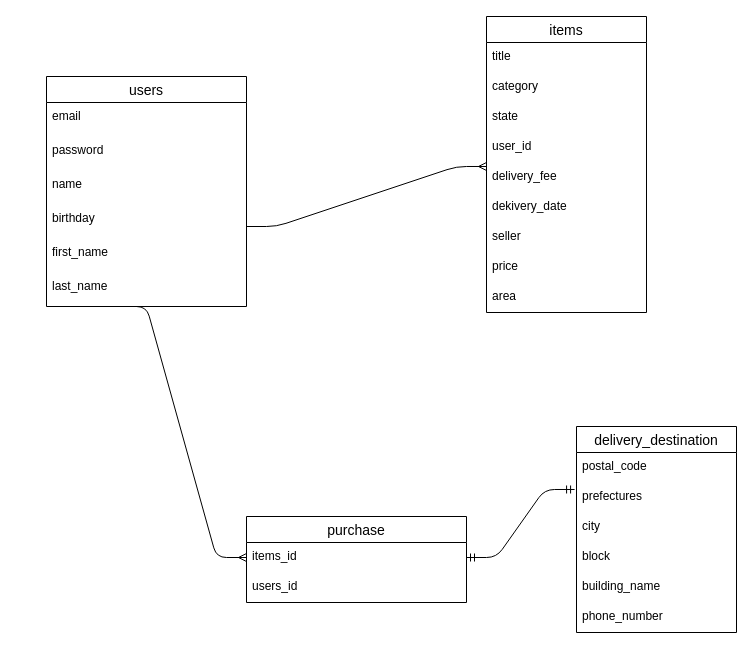
The draw.io diagram ER.dio in takayamaryoutarou/furima-32556, before the edit. Source tidied: cells renumbered, new cells numbered last; positions are measured from the earlier drawing's top-left corner, leaving out a move shared by most shapes. Both pictures are drawn from the tidied source at 100%, with x=0, y=0 at pixel (46, 16).
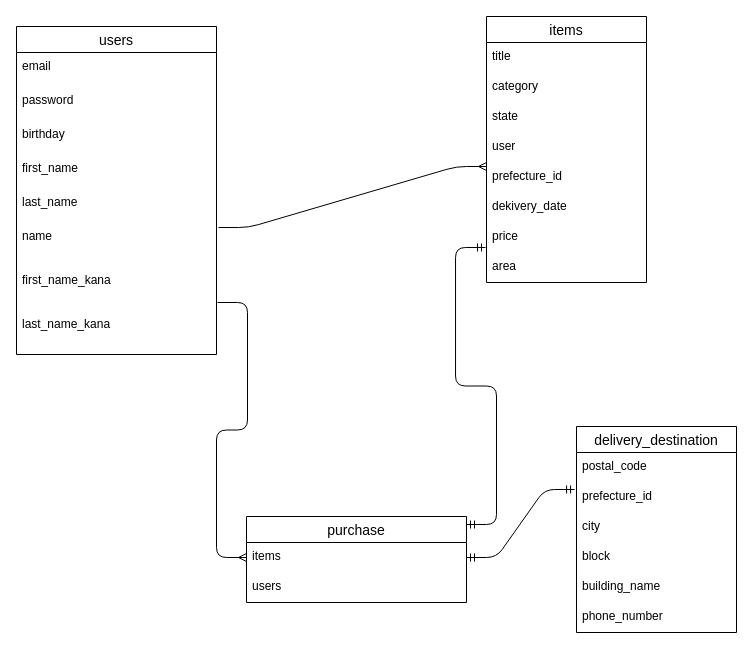
After the change.

Unchanged cells that the change refers to:
```xml
<mxCell id="19" value="purchase" style="swimlane;fontStyle=0;horizontal=1;startSize=26;align=center;fontSize=14;" parent="1" vertex="1">
  <mxGeometry x="200" y="500" width="220" height="86" as="geometry" />
</mxCell>
<mxCell id="22" value="delivery_destination" style="swimlane;fontStyle=0;horizontal=1;startSize=26;align=center;fontSize=14;" parent="1" vertex="1">
  <mxGeometry x="530" y="410" width="160" height="206" as="geometry" />
</mxCell>
```

What changed in the source:
```diff
@@
     <mxCell id="2" value="users" style="swimlane;fontStyle=0;horizontal=1;startSize=26;align=center;fontSize=14;" parent="1" vertex="1">
-      <mxGeometry y="60" width="200" height="230" as="geometry" />
+      <mxGeometry x="-30" y="10" width="200" height="328" as="geometry" />
     </mxCell>
@@
-    <mxCell id="5" value="name" style="text;strokeColor=none;fillColor=none;spacingLeft=4;spacingRight=4;overflow=hidden;points=[[0,0.5],[1,0.5]];portConstraint=eastwest;fontSize=12;" parent="2" vertex="1">
-      <mxGeometry y="94" width="200" height="136" as="geometry" />
-    </mxCell>
-    <mxCell id="6" value="birthday" style="text;strokeColor=none;fillColor=none;spacingLeft=4;spacingRight=4;overflow=hidden;fontSize=12;" parent="1" vertex="1">
-      <mxGeometry y="188" width="200" height="34" as="geometry" />
+    <mxCell id="6" value="birthday" style="text;strokeColor=none;fillColor=none;spacingLeft=4;spacingRight=4;overflow=hidden;fontSize=12;" parent="2" vertex="1">
+      <mxGeometry y="94" width="200" height="34" as="geometry" />
     </mxCell>
-    <mxCell id="7" value="first_name" style="text;strokeColor=none;fillColor=none;spacingLeft=4;spacingRight=4;overflow=hidden;fontSize=12;" parent="1" vertex="1">
-      <mxGeometry y="222" width="200" height="34" as="geometry" />
+    <mxCell id="7" value="first_name" style="text;strokeColor=none;fillColor=none;spacingLeft=4;spacingRight=4;overflow=hidden;fontSize=12;" parent="2" vertex="1">
+      <mxGeometry y="128" width="200" height="34" as="geometry" />
     </mxCell>
-    <mxCell id="8" value="last_name" style="text;strokeColor=none;fillColor=none;spacingLeft=4;spacingRight=4;overflow=hidden;points=[[0,0.5],[1,0.5]];portConstraint=eastwest;fontSize=12;" parent="1" vertex="1">
-      <mxGeometry y="256" width="200" height="34" as="geometry" />
+    <mxCell id="8" value="last_name" style="text;strokeColor=none;fillColor=none;spacingLeft=4;spacingRight=4;overflow=hidden;points=[[0,0.5],[1,0.5]];portConstraint=eastwest;fontSize=12;" parent="2" vertex="1">
+      <mxGeometry y="162" width="200" height="34" as="geometry" />
     </mxCell>
+    <mxCell id="5" value="name" style="text;strokeColor=none;fillColor=none;spacingLeft=4;spacingRight=4;overflow=hidden;points=[[0,0.5],[1,0.5]];portConstraint=eastwest;fontSize=12;" parent="2" vertex="1">
+      <mxGeometry y="196" width="200" height="44" as="geometry" />
+    </mxCell>
+    <mxCell id="32" value="first_name_kana" style="text;strokeColor=none;fillColor=none;spacingLeft=4;spacingRight=4;overflow=hidden;points=[[0,0.5],[1,0.5]];portConstraint=eastwest;fontSize=12;" parent="2" vertex="1">
+      <mxGeometry y="240" width="200" height="44" as="geometry" />
+    </mxCell>
+    <mxCell id="33" value="last_name_kana" style="text;strokeColor=none;fillColor=none;spacingLeft=4;spacingRight=4;overflow=hidden;fontSize=12;" parent="2" vertex="1">
+      <mxGeometry y="284" width="200" height="44" as="geometry" />
+    </mxCell>
     <mxCell id="9" value="items" style="swimlane;fontStyle=0;horizontal=1;startSize=26;align=center;fontSize=14;" parent="1" vertex="1">
-      <mxGeometry x="440" width="160" height="296" as="geometry" />
+      <mxGeometry x="440" width="160" height="266" as="geometry" />
     </mxCell>
@@
-    <mxCell id="13" value="user_id" style="text;strokeColor=none;fillColor=none;spacingLeft=4;spacingRight=4;overflow=hidden;fontSize=12;" parent="9" vertex="1">
+    <mxCell id="13" value="user" style="text;strokeColor=none;fillColor=none;spacingLeft=4;spacingRight=4;overflow=hidden;fontSize=12;" parent="9" vertex="1">
       <mxGeometry y="116" width="160" height="30" as="geometry" />
     </mxCell>
-    <mxCell id="14" value="delivery_fee" style="text;strokeColor=none;fillColor=none;spacingLeft=4;spacingRight=4;overflow=hidden;points=[[0,0.5],[1,0.5]];portConstraint=eastwest;fontSize=12;" parent="9" vertex="1">
+    <mxCell id="14" value="prefecture_id" style="text;strokeColor=none;fillColor=none;spacingLeft=4;spacingRight=4;overflow=hidden;points=[[0,0.5],[1,0.5]];portConstraint=eastwest;fontSize=12;" parent="9" vertex="1">
       <mxGeometry y="146" width="160" height="30" as="geometry" />
     </mxCell>
@@
-    <mxCell id="16" value="seller" style="text;strokeColor=none;fillColor=none;spacingLeft=4;spacingRight=4;overflow=hidden;fontSize=12;" parent="9" vertex="1">
-      <mxGeometry y="206" width="160" height="30" as="geometry" />
-    </mxCell>
     <mxCell id="17" value="price" style="text;strokeColor=none;fillColor=none;spacingLeft=4;spacingRight=4;overflow=hidden;points=[[0,0.5],[1,0.5]];portConstraint=eastwest;fontSize=12;" parent="9" vertex="1">
-      <mxGeometry y="236" width="160" height="30" as="geometry" />
+      <mxGeometry y="206" width="160" height="30" as="geometry" />
     </mxCell>
     <mxCell id="18" value="area" style="text;strokeColor=none;fillColor=none;spacingLeft=4;spacingRight=4;overflow=hidden;fontSize=12;" parent="9" vertex="1">
-      <mxGeometry y="266" width="160" height="30" as="geometry" />
+      <mxGeometry y="236" width="160" height="30" as="geometry" />
     </mxCell>
@@
-    <mxCell id="20" value="items_id" style="text;strokeColor=none;fillColor=none;spacingLeft=4;spacingRight=4;overflow=hidden;points=[[0,0.5],[1,0.5]];portConstraint=eastwest;fontSize=12;" parent="19" vertex="1">
+    <mxCell id="20" value="items" style="text;strokeColor=none;fillColor=none;spacingLeft=4;spacingRight=4;overflow=hidden;points=[[0,0.5],[1,0.5]];portConstraint=eastwest;fontSize=12;" parent="19" vertex="1">
       <mxGeometry y="26" width="220" height="30" as="geometry" />
     </mxCell>
-    <mxCell id="21" value="users_id" style="text;strokeColor=none;fillColor=none;spacingLeft=4;spacingRight=4;overflow=hidden;fontSize=12;" parent="19" vertex="1">
+    <mxCell id="21" value="users" style="text;strokeColor=none;fillColor=none;spacingLeft=4;spacingRight=4;overflow=hidden;fontSize=12;" parent="19" vertex="1">
       <mxGeometry y="56" width="220" height="30" as="geometry" />
     </mxCell>
@@
-    <mxCell id="24" value="prefectures" style="text;strokeColor=none;fillColor=none;spacingLeft=4;spacingRight=4;overflow=hidden;points=[[0,0.5],[1,0.5]];portConstraint=eastwest;fontSize=12;" parent="22" vertex="1">
+    <mxCell id="24" value="prefecture_id" style="text;strokeColor=none;fillColor=none;spacingLeft=4;spacingRight=4;overflow=hidden;points=[[0,0.5],[1,0.5]];portConstraint=eastwest;fontSize=12;" parent="22" vertex="1">
       <mxGeometry y="56" width="160" height="30" as="geometry" />
     </mxCell>
@@
-    <mxCell id="29" style="edgeStyle=entityRelationEdgeStyle;fontSize=12;html=1;endArrow=ERmany;entryX=0;entryY=0.133;entryDx=0;entryDy=0;entryPerimeter=0;" parent="1" edge="1" target="14">
-      <mxGeometry relative="1" as="geometry">
-        <mxPoint x="200" y="210" as="sourcePoint" />
-      </mxGeometry>
+    <mxCell id="29" style="edgeStyle=entityRelationEdgeStyle;fontSize=12;html=1;endArrow=ERmany;entryX=0;entryY=0.133;entryDx=0;entryDy=0;entryPerimeter=0;exitX=1.01;exitY=0.114;exitDx=0;exitDy=0;exitPerimeter=0;" parent="1" edge="1" source="5" target="14">
+      <mxGeometry relative="1" as="geometry" />
     </mxCell>
-    <mxCell id="30" style="edgeStyle=entityRelationEdgeStyle;fontSize=12;html=1;endArrow=ERmany;exitX=0.35;exitY=1;exitDx=0;exitDy=0;exitPerimeter=0;entryX=0;entryY=0.5;entryDx=0;entryDy=0;" parent="1" edge="1" source="8">
+    <mxCell id="30" style="edgeStyle=entityRelationEdgeStyle;fontSize=12;html=1;endArrow=ERmany;exitX=1.005;exitY=0.818;exitDx=0;exitDy=0;exitPerimeter=0;entryX=0;entryY=0.5;entryDx=0;entryDy=0;" parent="1" edge="1" source="32">
       <mxGeometry relative="1" as="geometry">
         <mxPoint x="200" y="541" as="targetPoint" />
       </mxGeometry>
     </mxCell>
@@
+    <mxCell id="34" style="edgeStyle=entityRelationEdgeStyle;fontSize=12;html=1;endArrow=ERmandOne;startArrow=ERmandOne;exitX=1;exitY=0.5;exitDx=0;exitDy=0;entryX=-0.006;entryY=0.833;entryDx=0;entryDy=0;entryPerimeter=0;" parent="1" edge="1" target="17">
+      <mxGeometry relative="1" as="geometry">
+        <mxPoint x="420" y="508" as="sourcePoint" />
+      </mxGeometry>
+    </mxCell>
```
